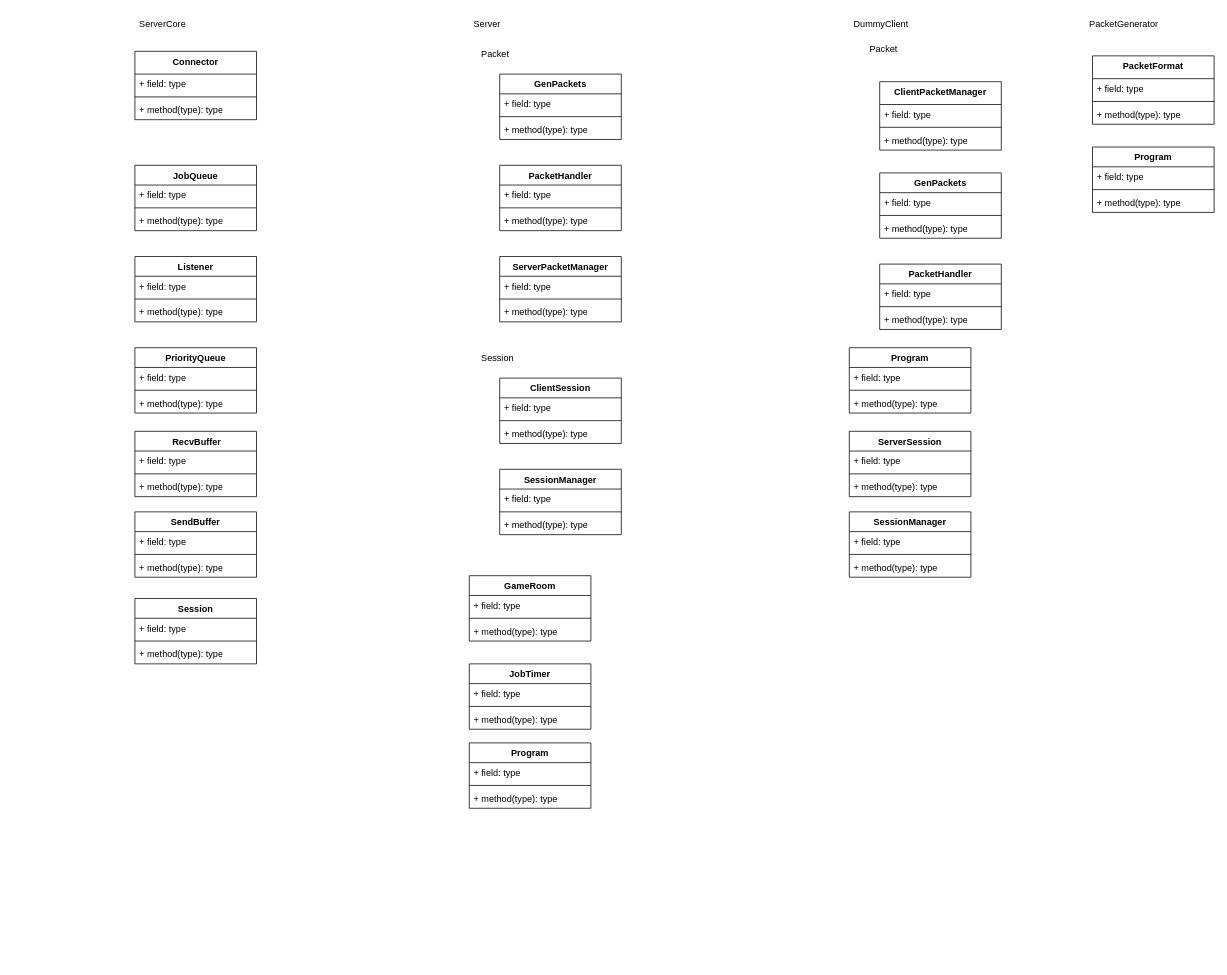
Earlier version of the draw.io diagram page "서버구조" (3 of 3) of 졸프.drawio (ParkSungTaek/GraduationProject). Source tidied: cells renumbered, new cells numbered last; positions are measured from the earlier drawing's top-left corner, leaving out a move shared by most shapes. Both pictures are drawn from the tidied source at 76%, with x=0, y=0 at pixel (135, 13).
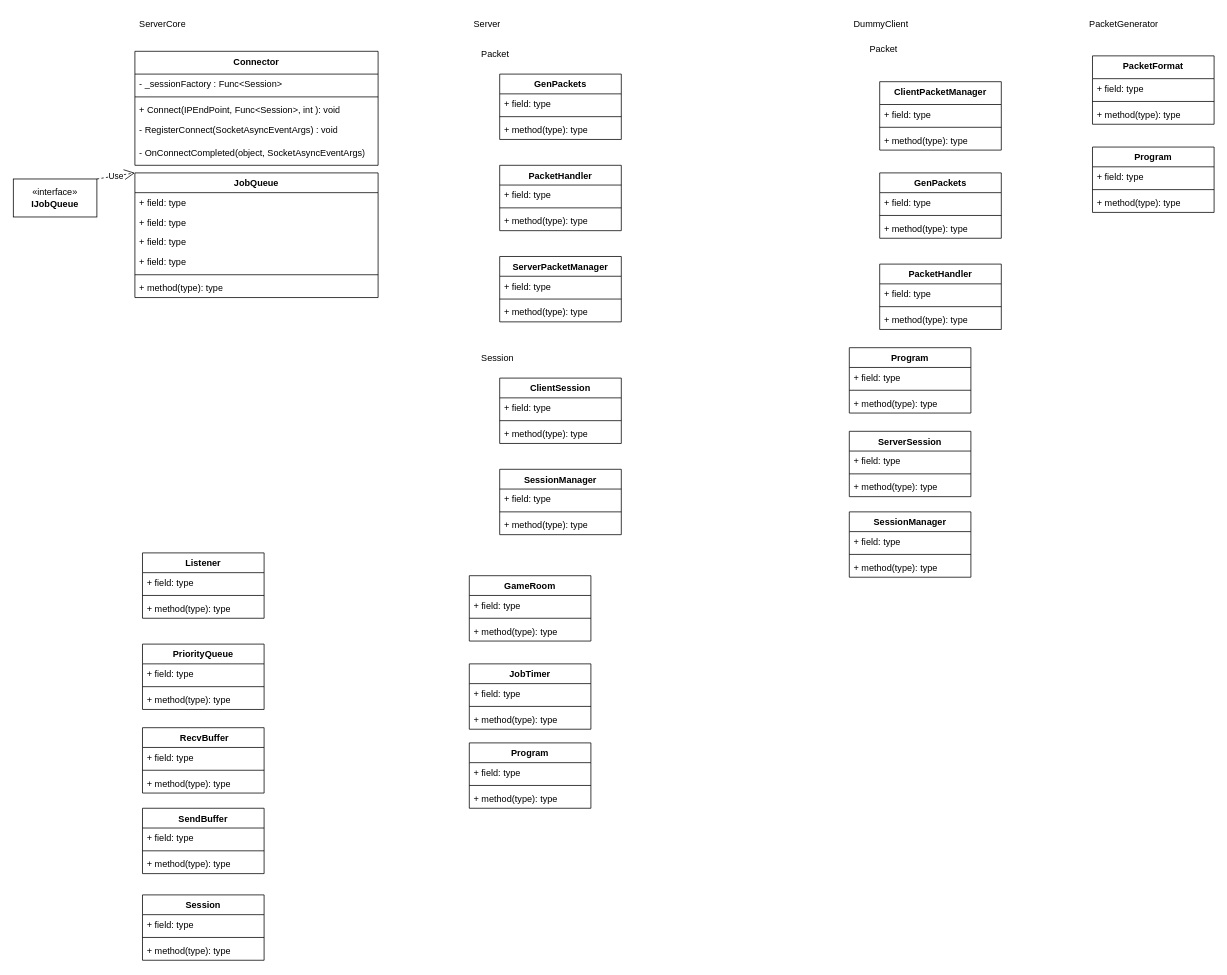
Above is the later version.

Commit message (it also covers changes not shown here):
졸프.drawio 업데이트

Change to the diagram source:
```diff
@@
     <mxCell id="2" value="Connector" style="swimlane;fontStyle=1;align=center;verticalAlign=top;horizontal=1;startSize=30;whiteSpace=wrap;html=1;" parent="1" vertex="1">
-      <mxGeometry y="50" width="160" height="90" as="geometry" />
+      <mxGeometry y="50" width="320" height="150" as="geometry" />
     </mxCell>
-    <mxCell id="3" value="+ field: type" style="text;strokeColor=none;fillColor=none;align=left;verticalAlign=top;spacingLeft=4;spacingRight=4;overflow=hidden;whiteSpace=wrap;html=1;" parent="2" vertex="1">
-      <mxGeometry y="30" width="160" height="26" as="geometry" />
+    <mxCell id="3" value="- _sessionFactory : Func&amp;lt;Session&amp;gt;&amp;nbsp;" style="text;strokeColor=none;fillColor=none;align=left;verticalAlign=top;spacingLeft=4;spacingRight=4;overflow=hidden;whiteSpace=wrap;html=1;" parent="2" vertex="1">
+      <mxGeometry y="30" width="320" height="26" as="geometry" />
     </mxCell>
     <mxCell id="4" style="line;strokeWidth=1;fillColor=none;align=left;verticalAlign=middle;spacingTop=-1;spacingLeft=3;spacingRight=3;labelPosition=right;strokeColor=inherit;" parent="2" vertex="1">
-      <mxGeometry y="56" width="160" height="8" as="geometry" />
+      <mxGeometry y="56" width="320" height="8" as="geometry" />
     </mxCell>
-    <mxCell id="5" value="+ method(type): type" style="text;strokeColor=none;fillColor=none;align=left;verticalAlign=top;spacingLeft=4;spacingRight=4;overflow=hidden;whiteSpace=wrap;html=1;" parent="2" vertex="1">
-      <mxGeometry y="64" width="160" height="26" as="geometry" />
+    <mxCell id="5" value="+ Connect(IPEndPoint, Func&amp;lt;Session&amp;gt;, int ): void" style="text;strokeColor=none;fillColor=none;align=left;verticalAlign=top;spacingLeft=4;spacingRight=4;overflow=hidden;whiteSpace=wrap;html=1;" parent="2" vertex="1">
+      <mxGeometry y="64" width="320" height="26" as="geometry" />
     </mxCell>
+    <mxCell id="101" value="-&amp;nbsp;RegisterConnect(SocketAsyncEventArgs) : void" style="text;strokeColor=none;fillColor=none;align=left;verticalAlign=top;spacingLeft=4;spacingRight=4;overflow=hidden;whiteSpace=wrap;html=1;" parent="2" vertex="1">
+      <mxGeometry y="90" width="320" height="30" as="geometry" />
+    </mxCell>
+    <mxCell id="102" value="-&amp;nbsp;OnConnectCompleted(object, SocketAsyncEventArgs)" style="text;strokeColor=none;fillColor=none;align=left;verticalAlign=top;spacingLeft=4;spacingRight=4;overflow=hidden;whiteSpace=wrap;html=1;" parent="2" vertex="1">
+      <mxGeometry y="120" width="320" height="30" as="geometry" />
+    </mxCell>
     <mxCell id="6" value="JobQueue" style="swimlane;fontStyle=1;align=center;verticalAlign=top;horizontal=1;startSize=26;whiteSpace=wrap;html=1;" parent="1" vertex="1">
-      <mxGeometry y="200" width="160" height="86" as="geometry" />
+      <mxGeometry y="210" width="320" height="164" as="geometry" />
     </mxCell>
     <mxCell id="7" value="+ field: type" style="text;strokeColor=none;fillColor=none;align=left;verticalAlign=top;spacingLeft=4;spacingRight=4;overflow=hidden;whiteSpace=wrap;html=1;" parent="6" vertex="1">
-      <mxGeometry y="26" width="160" height="26" as="geometry" />
+      <mxGeometry y="26" width="320" height="26" as="geometry" />
     </mxCell>
+    <mxCell id="103" value="+ field: type" style="text;strokeColor=none;fillColor=none;align=left;verticalAlign=top;spacingLeft=4;spacingRight=4;overflow=hidden;whiteSpace=wrap;html=1;" parent="6" vertex="1">
+      <mxGeometry y="52" width="320" height="26" as="geometry" />
+    </mxCell>
+    <mxCell id="104" value="+ field: type" style="text;strokeColor=none;fillColor=none;align=left;verticalAlign=top;spacingLeft=4;spacingRight=4;overflow=hidden;whiteSpace=wrap;html=1;" parent="6" vertex="1">
+      <mxGeometry y="78" width="320" height="26" as="geometry" />
+    </mxCell>
+    <mxCell id="105" value="+ field: type" style="text;strokeColor=none;fillColor=none;align=left;verticalAlign=top;spacingLeft=4;spacingRight=4;overflow=hidden;whiteSpace=wrap;html=1;" parent="6" vertex="1">
+      <mxGeometry y="104" width="320" height="26" as="geometry" />
+    </mxCell>
     <mxCell id="8" style="line;strokeWidth=1;fillColor=none;align=left;verticalAlign=middle;spacingTop=-1;spacingLeft=3;spacingRight=3;labelPosition=right;strokeColor=inherit;" parent="6" vertex="1">
-      <mxGeometry y="52" width="160" height="8" as="geometry" />
+      <mxGeometry y="130" width="320" height="8" as="geometry" />
     </mxCell>
     <mxCell id="9" value="+ method(type): type" style="text;strokeColor=none;fillColor=none;align=left;verticalAlign=top;spacingLeft=4;spacingRight=4;overflow=hidden;whiteSpace=wrap;html=1;" parent="6" vertex="1">
-      <mxGeometry y="60" width="160" height="26" as="geometry" />
+      <mxGeometry y="138" width="320" height="26" as="geometry" />
     </mxCell>
     <mxCell id="10" value="Listener" style="swimlane;fontStyle=1;align=center;verticalAlign=top;horizontal=1;startSize=26;whiteSpace=wrap;html=1;" parent="1" vertex="1">
-      <mxGeometry y="320" width="160" height="86" as="geometry" />
+      <mxGeometry x="10" y="710" width="160" height="86" as="geometry" />
     </mxCell>
@@
     <mxCell id="15" value="&amp;nbsp;RecvBuffer" style="swimlane;fontStyle=1;align=center;verticalAlign=top;horizontal=1;startSize=26;whiteSpace=wrap;html=1;" parent="1" vertex="1">
-      <mxGeometry y="550" width="160" height="86" as="geometry" />
+      <mxGeometry x="10" y="940" width="160" height="86" as="geometry" />
     </mxCell>
@@
     <mxCell id="19" value="PriorityQueue" style="swimlane;fontStyle=1;align=center;verticalAlign=top;horizontal=1;startSize=26;whiteSpace=wrap;html=1;" parent="1" vertex="1">
-      <mxGeometry y="440" width="160" height="86" as="geometry" />
+      <mxGeometry x="10" y="830" width="160" height="86" as="geometry" />
     </mxCell>
@@
     <mxCell id="27" value="Session" style="swimlane;fontStyle=1;align=center;verticalAlign=top;horizontal=1;startSize=26;whiteSpace=wrap;html=1;" parent="1" vertex="1">
-      <mxGeometry y="770" width="160" height="86" as="geometry" />
+      <mxGeometry x="10" y="1160" width="160" height="86" as="geometry" />
     </mxCell>
@@
     <mxCell id="31" value="SendBuffer" style="swimlane;fontStyle=1;align=center;verticalAlign=top;horizontal=1;startSize=26;whiteSpace=wrap;html=1;" parent="1" vertex="1">
-      <mxGeometry y="656" width="160" height="86" as="geometry" />
+      <mxGeometry x="10" y="1046" width="160" height="86" as="geometry" />
     </mxCell>
@@
+    <mxCell id="106" value="«interface»&lt;br&gt;&lt;b&gt;IJobQueue&lt;/b&gt;" style="html=1;whiteSpace=wrap;" parent="1" vertex="1">
+      <mxGeometry x="-160" y="218" width="110" height="50" as="geometry" />
+    </mxCell>
+    <mxCell id="107" value="Use" style="endArrow=open;endSize=12;dashed=1;html=1;rounded=0;exitX=1;exitY=0;exitDx=0;exitDy=0;entryX=0;entryY=0;entryDx=0;entryDy=0;" parent="1" edge="1" source="106" target="6">
+      <mxGeometry relative="1" as="geometry" />
+    </mxCell>
```
